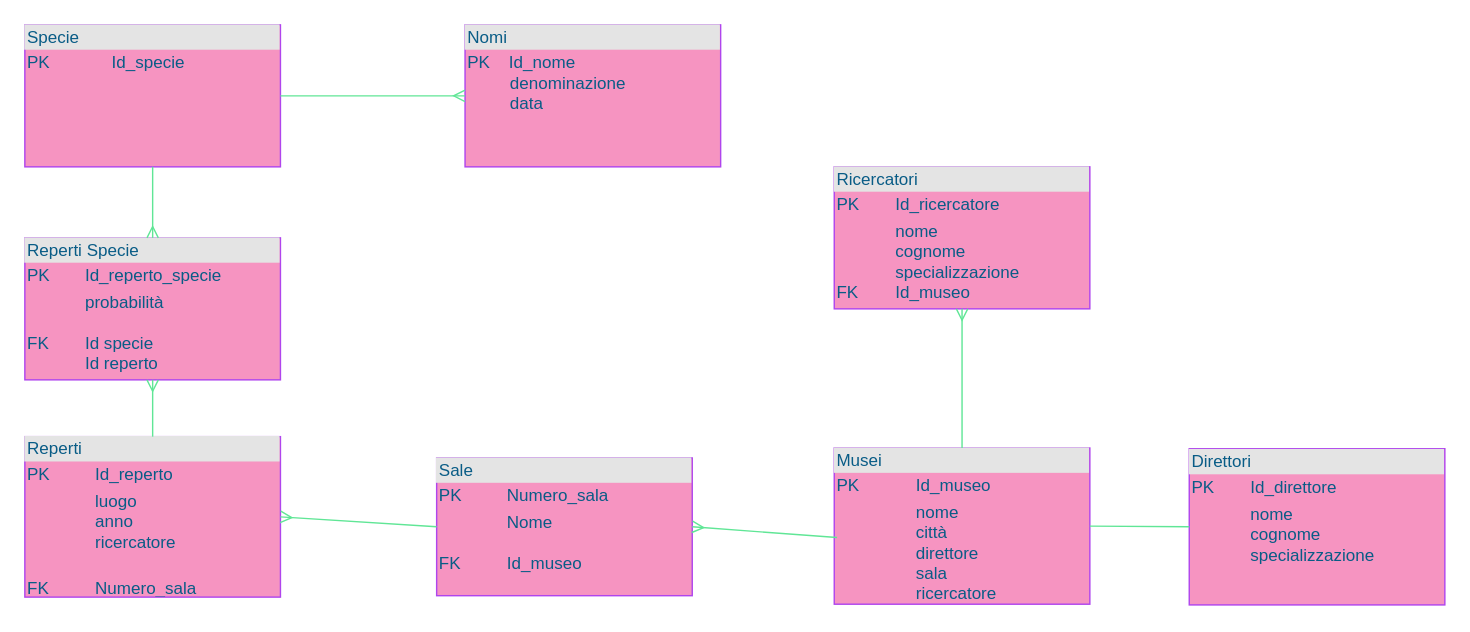
Above: Paleontologo.drawio in ChiaraGismondi02/informatica-modelloE-R (draw.io), before the change. Source tidied: cells renumbered, new cells numbered last; positions are measured from the earlier drawing's top-left corner, leaving out a move shared by most shapes. Both pictures are drawn from the tidied source at 142%, with x=0, y=0 at pixel (24, 24).
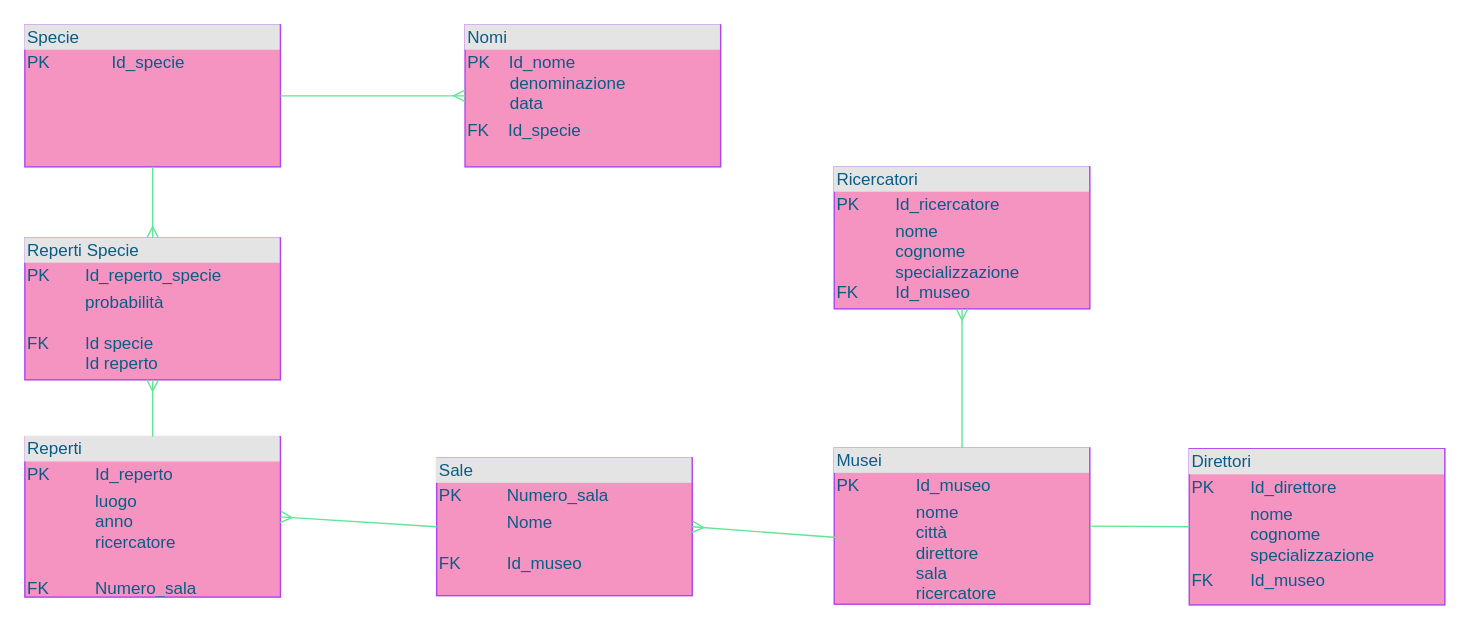
After the change.

Diff of the diagram source:
```diff
@@
 <mxGraphModel>
   <root>
     <mxCell id="0" />
     <mxCell id="1" parent="0" />
     <mxCell id="2" value="&lt;div style=&quot;box-sizing: border-box ; width: 100% ; background: #e4e4e4 ; padding: 2px&quot;&gt;Reperti&lt;/div&gt;&lt;table style=&quot;width: 100% ; font-size: 1em&quot; cellpadding=&quot;2&quot; cellspacing=&quot;0&quot;&gt;&lt;tbody&gt;&lt;tr&gt;&lt;td&gt;PK&lt;/td&gt;&lt;td&gt;Id_reperto&lt;/td&gt;&lt;/tr&gt;&lt;tr&gt;&lt;td&gt;&amp;nbsp; &amp;nbsp; &amp;nbsp; &amp;nbsp;&lt;br&gt;&lt;br&gt;&lt;/td&gt;&lt;td&gt;luogo&lt;br&gt;anno&lt;br&gt;ricercatore&lt;br&gt;&lt;br&gt;&lt;/td&gt;&lt;/tr&gt;&lt;tr&gt;&lt;td&gt;FK&amp;nbsp;&amp;nbsp;&lt;/td&gt;&lt;td&gt;Numero_sala&lt;br&gt;&lt;/td&gt;&lt;/tr&gt;&lt;/tbody&gt;&lt;/table&gt;" style="verticalAlign=top;align=left;overflow=fill;html=1;fillColor=#F694C1;strokeColor=#AF45ED;fontColor=#095C86;" parent="1" vertex="1">
       <mxGeometry y="290" width="180" height="113" as="geometry" />
     </mxCell>
     <mxCell id="3" value="&lt;div style=&quot;box-sizing: border-box ; width: 100% ; background: #e4e4e4 ; padding: 2px&quot;&gt;Ricercatori&lt;/div&gt;&lt;table style=&quot;width: 100% ; font-size: 1em&quot; cellpadding=&quot;2&quot; cellspacing=&quot;0&quot;&gt;&lt;tbody&gt;&lt;tr&gt;&lt;td&gt;PK&lt;/td&gt;&lt;td&gt;Id_ricercatore&lt;/td&gt;&lt;/tr&gt;&lt;tr&gt;&lt;td&gt;&amp;nbsp; &amp;nbsp; &amp;nbsp; &amp;nbsp;&lt;br&gt;&lt;br&gt;&lt;br&gt;FK&lt;/td&gt;&lt;td&gt;nome&lt;br&gt;cognome&lt;br&gt;specializzazione&lt;br&gt;Id_museo&lt;/td&gt;&lt;/tr&gt;&lt;/tbody&gt;&lt;/table&gt;" style="verticalAlign=top;align=left;overflow=fill;html=1;fillColor=#F694C1;strokeColor=#AF45ED;fontColor=#095C86;" parent="1" vertex="1">
       <mxGeometry x="570" y="100" width="180" height="100" as="geometry" />
     </mxCell>
     <mxCell id="4" value="&lt;div style=&quot;box-sizing: border-box ; width: 100% ; background: #e4e4e4 ; padding: 2px&quot;&gt;Sale&lt;/div&gt;&lt;table style=&quot;width: 100% ; font-size: 1em&quot; cellpadding=&quot;2&quot; cellspacing=&quot;0&quot;&gt;&lt;tbody&gt;&lt;tr&gt;&lt;td&gt;PK&lt;/td&gt;&lt;td&gt;Numero_sala&lt;/td&gt;&lt;/tr&gt;&lt;tr&gt;&lt;td&gt;&amp;nbsp; &amp;nbsp; &amp;nbsp; &amp;nbsp;&lt;br&gt;FK&lt;/td&gt;&lt;td&gt;Nome&lt;br&gt;&lt;br&gt;Id_museo&lt;br&gt;&lt;br&gt;&lt;/td&gt;&lt;/tr&gt;&lt;/tbody&gt;&lt;/table&gt;" style="verticalAlign=top;align=left;overflow=fill;html=1;fillColor=#F694C1;strokeColor=#AF45ED;fontColor=#095C86;" parent="1" vertex="1">
       <mxGeometry x="290" y="305" width="180" height="97" as="geometry" />
     </mxCell>
     <mxCell id="5" value="&lt;div style=&quot;box-sizing: border-box ; width: 100% ; background: #e4e4e4 ; padding: 2px&quot;&gt;Musei&lt;/div&gt;&lt;table style=&quot;width: 100% ; font-size: 1em&quot; cellpadding=&quot;2&quot; cellspacing=&quot;0&quot;&gt;&lt;tbody&gt;&lt;tr&gt;&lt;td&gt;PK&lt;/td&gt;&lt;td&gt;Id_museo&lt;/td&gt;&lt;/tr&gt;&lt;tr&gt;&lt;td&gt;&amp;nbsp; &amp;nbsp; &amp;nbsp; &amp;nbsp;&lt;br&gt;&lt;br&gt;&lt;/td&gt;&lt;td&gt;nome&lt;br&gt;città&lt;br&gt;direttore&lt;br&gt;sala&lt;br&gt;ricercatore&lt;/td&gt;&lt;/tr&gt;&lt;tr&gt;&lt;td&gt;&lt;/td&gt;&lt;td&gt;&lt;br&gt;&lt;/td&gt;&lt;/tr&gt;&lt;/tbody&gt;&lt;/table&gt;" style="verticalAlign=top;align=left;overflow=fill;html=1;fillColor=#F694C1;strokeColor=#AF45ED;fontColor=#095C86;" parent="1" vertex="1">
       <mxGeometry x="570" y="298" width="180" height="110" as="geometry" />
     </mxCell>
     <mxCell id="6" style="edgeStyle=orthogonalEdgeStyle;rounded=0;jettySize=auto;html=1;entryX=0;entryY=0.25;entryDx=0;entryDy=0;strokeColor=none;endArrow=ERmany;endFill=0;fontColor=#095C86;" parent="1" edge="1" source="7" target="8">
       <mxGeometry relative="1" as="geometry" />
     </mxCell>
     <mxCell id="7" value="&lt;div style=&quot;box-sizing: border-box ; width: 100% ; background: #e4e4e4 ; padding: 2px&quot;&gt;Specie&lt;/div&gt;&lt;table style=&quot;width: 100% ; font-size: 1em&quot; cellpadding=&quot;2&quot; cellspacing=&quot;0&quot;&gt;&lt;tbody&gt;&lt;tr&gt;&lt;td&gt;PK&lt;/td&gt;&lt;td&gt;Id_specie&lt;/td&gt;&lt;/tr&gt;&lt;tr&gt;&lt;td&gt;&amp;nbsp; &amp;nbsp; &amp;nbsp; &amp;nbsp;&lt;br&gt;&lt;br&gt;&lt;/td&gt;&lt;td&gt;&lt;br&gt;&lt;br&gt;&lt;/td&gt;&lt;/tr&gt;&lt;/tbody&gt;&lt;/table&gt;" style="verticalAlign=top;align=left;overflow=fill;html=1;fillColor=#F694C1;strokeColor=#AF45ED;fontColor=#095C86;" parent="1" vertex="1">
       <mxGeometry width="180" height="100" as="geometry" />
     </mxCell>
-    <mxCell id="8" value="&lt;div style=&quot;box-sizing: border-box ; width: 100% ; background: #e4e4e4 ; padding: 2px&quot;&gt;Nomi&lt;/div&gt;&lt;table style=&quot;width: 100% ; font-size: 1em&quot; cellpadding=&quot;2&quot; cellspacing=&quot;0&quot;&gt;&lt;tbody&gt;&lt;tr&gt;&lt;td&gt;PK&amp;nbsp; &amp;nbsp; Id_nome&lt;br&gt;&amp;nbsp; &amp;nbsp; &amp;nbsp; &amp;nbsp; &amp;nbsp;denominazione&lt;br&gt;&amp;nbsp; &amp;nbsp; &amp;nbsp; &amp;nbsp; &amp;nbsp;data&amp;nbsp; &amp;nbsp;&lt;/td&gt;&lt;td&gt;&lt;br&gt;&lt;/td&gt;&lt;/tr&gt;&lt;tr&gt;&lt;td&gt;&lt;/td&gt;&lt;td&gt;&lt;br&gt;&lt;/td&gt;&lt;/tr&gt;&lt;/tbody&gt;&lt;/table&gt;" style="verticalAlign=top;align=left;overflow=fill;html=1;fillColor=#F694C1;strokeColor=#AF45ED;fontColor=#095C86;" parent="1" vertex="1">
+    <mxCell id="8" value="&lt;div style=&quot;box-sizing: border-box ; width: 100% ; background: #e4e4e4 ; padding: 2px&quot;&gt;Nomi&lt;/div&gt;&lt;table style=&quot;width: 100% ; font-size: 1em&quot; cellpadding=&quot;2&quot; cellspacing=&quot;0&quot;&gt;&lt;tbody&gt;&lt;tr&gt;&lt;td&gt;PK&amp;nbsp; &amp;nbsp; Id_nome&lt;br&gt;&amp;nbsp; &amp;nbsp; &amp;nbsp; &amp;nbsp; &amp;nbsp;denominazione&lt;br&gt;&amp;nbsp; &amp;nbsp; &amp;nbsp; &amp;nbsp; &amp;nbsp;data&amp;nbsp; &amp;nbsp;&lt;/td&gt;&lt;td&gt;&lt;br&gt;&lt;/td&gt;&lt;/tr&gt;&lt;tr&gt;&lt;td&gt;FK&amp;nbsp; &amp;nbsp; Id_specie&lt;/td&gt;&lt;td&gt;&lt;br&gt;&lt;/td&gt;&lt;/tr&gt;&lt;/tbody&gt;&lt;/table&gt;" style="verticalAlign=top;align=left;overflow=fill;html=1;fillColor=#F694C1;strokeColor=#AF45ED;fontColor=#095C86;" parent="1" vertex="1">
       <mxGeometry x="310" width="180" height="100" as="geometry" />
     </mxCell>
     <mxCell id="9" style="edgeStyle=orthogonalEdgeStyle;rounded=0;orthogonalLoop=1;jettySize=auto;html=1;exitX=0.5;exitY=1;exitDx=0;exitDy=0;endArrow=ERmany;endFill=0;strokeColor=#60E696;fontColor=#095C86;" parent="1" edge="1" source="4" target="4">
       <mxGeometry relative="1" as="geometry" />
     </mxCell>
     <mxCell id="10" value="&lt;div style=&quot;box-sizing: border-box ; width: 100% ; background: #e4e4e4 ; padding: 2px&quot;&gt;Reperti Specie&lt;/div&gt;&lt;table style=&quot;width: 100% ; font-size: 1em&quot; cellpadding=&quot;2&quot; cellspacing=&quot;0&quot;&gt;&lt;tbody&gt;&lt;tr&gt;&lt;td&gt;PK&lt;/td&gt;&lt;td&gt;Id_reperto_specie&lt;/td&gt;&lt;/tr&gt;&lt;tr&gt;&lt;td&gt;&amp;nbsp; &amp;nbsp; &amp;nbsp; &amp;nbsp;&lt;br&gt;FK&amp;nbsp; &amp;nbsp;&lt;/td&gt;&lt;td&gt;probabilità&lt;br&gt;&lt;br&gt;Id specie&lt;br&gt;Id reperto&lt;br&gt;&lt;/td&gt;&lt;/tr&gt;&lt;/tbody&gt;&lt;/table&gt;" style="verticalAlign=top;align=left;overflow=fill;html=1;fillColor=#F694C1;strokeColor=#AF45ED;fontColor=#095C86;" parent="1" vertex="1">
       <mxGeometry y="150" width="180" height="100" as="geometry" />
     </mxCell>
-    <mxCell id="11" value="&lt;div style=&quot;box-sizing: border-box ; width: 100% ; background: #e4e4e4 ; padding: 2px&quot;&gt;Direttori&lt;/div&gt;&lt;table style=&quot;width: 100% ; font-size: 1em&quot; cellpadding=&quot;2&quot; cellspacing=&quot;0&quot;&gt;&lt;tbody&gt;&lt;tr&gt;&lt;td&gt;PK&lt;/td&gt;&lt;td&gt;Id_direttore&lt;/td&gt;&lt;/tr&gt;&lt;tr&gt;&lt;td&gt;&amp;nbsp; &amp;nbsp; &amp;nbsp; &amp;nbsp;&lt;br&gt;&lt;br&gt;&lt;/td&gt;&lt;td&gt;nome &lt;br&gt;cognome&lt;br&gt;specializzazione&lt;/td&gt;&lt;/tr&gt;&lt;tr&gt;&lt;td&gt;&lt;/td&gt;&lt;td&gt;&lt;br&gt;&lt;/td&gt;&lt;/tr&gt;&lt;/tbody&gt;&lt;/table&gt;" style="verticalAlign=top;align=left;overflow=fill;html=1;fillColor=#F694C1;strokeColor=#AF45ED;fontColor=#095C86;" parent="1" vertex="1">
+    <mxCell id="11" value="&lt;div style=&quot;box-sizing: border-box ; width: 100% ; background: #e4e4e4 ; padding: 2px&quot;&gt;Direttori&lt;/div&gt;&lt;table style=&quot;width: 100% ; font-size: 1em&quot; cellpadding=&quot;2&quot; cellspacing=&quot;0&quot;&gt;&lt;tbody&gt;&lt;tr&gt;&lt;td&gt;PK&lt;/td&gt;&lt;td&gt;Id_direttore&lt;/td&gt;&lt;/tr&gt;&lt;tr&gt;&lt;td&gt;&amp;nbsp; &amp;nbsp; &amp;nbsp; &amp;nbsp;&lt;br&gt;&lt;br&gt;&lt;/td&gt;&lt;td&gt;nome &lt;br&gt;cognome&lt;br&gt;specializzazione&lt;/td&gt;&lt;/tr&gt;&lt;tr&gt;&lt;td&gt;FK&lt;/td&gt;&lt;td&gt;Id_museo&lt;/td&gt;&lt;/tr&gt;&lt;/tbody&gt;&lt;/table&gt;" style="verticalAlign=top;align=left;overflow=fill;html=1;fillColor=#F694C1;strokeColor=#AF45ED;fontColor=#095C86;" parent="1" vertex="1">
       <mxGeometry x="820" y="298.5" width="180" height="110" as="geometry" />
     </mxCell>
     <mxCell id="12" style="endArrow=none;html=1;exitX=1;exitY=0.5;exitDx=0;exitDy=0;entryX=0;entryY=0.5;entryDx=0;entryDy=0;strokeColor=#60E696;fontColor=#095C86;" parent="1" edge="1" source="5" target="11">
       <mxGeometry relative="1" as="geometry" />
     </mxCell>
     <mxCell id="13" style="endArrow=ERmany;html=1;endFill=0;entryX=0.5;entryY=0;entryDx=0;entryDy=0;exitX=0.5;exitY=1;exitDx=0;exitDy=0;strokeColor=#60E696;fontColor=#095C86;" parent="1" edge="1" source="7" target="10">
       <mxGeometry relative="1" as="geometry" />
     </mxCell>
     <mxCell id="14" style="endArrow=ERmany;html=1;endFill=0;exitX=0.5;exitY=0;exitDx=0;exitDy=0;entryX=0.5;entryY=1;entryDx=0;entryDy=0;strokeColor=#60E696;fontColor=#095C86;" parent="1" edge="1" source="2" target="10">
       <mxGeometry relative="1" as="geometry" />
     </mxCell>
     <mxCell id="15" style="endArrow=ERmany;html=1;endFill=0;exitX=0;exitY=0.5;exitDx=0;exitDy=0;entryX=1;entryY=0.5;entryDx=0;entryDy=0;strokeColor=#60E696;fontColor=#095C86;" parent="1" edge="1" source="4" target="2">
       <mxGeometry relative="1" as="geometry" />
     </mxCell>
     <mxCell id="16" style="endArrow=ERmany;html=1;endFill=0;exitX=1;exitY=0.5;exitDx=0;exitDy=0;entryX=0;entryY=0.5;entryDx=0;entryDy=0;strokeColor=#60E696;fontColor=#095C86;" parent="1" edge="1" source="7" target="8">
       <mxGeometry relative="1" as="geometry" />
     </mxCell>
     <mxCell id="17" style="endArrow=ERmany;html=1;endFill=0;exitX=0.5;exitY=0;exitDx=0;exitDy=0;entryX=0.5;entryY=1;entryDx=0;entryDy=0;strokeColor=#60E696;fontColor=#095C86;" parent="1" edge="1" source="5" target="3">
       <mxGeometry relative="1" as="geometry" />
     </mxCell>
     <mxCell id="18" style="endArrow=ERmany;html=1;endFill=0;exitX=0.011;exitY=0.573;exitDx=0;exitDy=0;exitPerimeter=0;entryX=1;entryY=0.5;entryDx=0;entryDy=0;strokeColor=#60E696;fontColor=#095C86;" parent="1" edge="1" source="5" target="4">
       <mxGeometry relative="1" as="geometry" />
     </mxCell>
   </root>
 </mxGraphModel>
```
